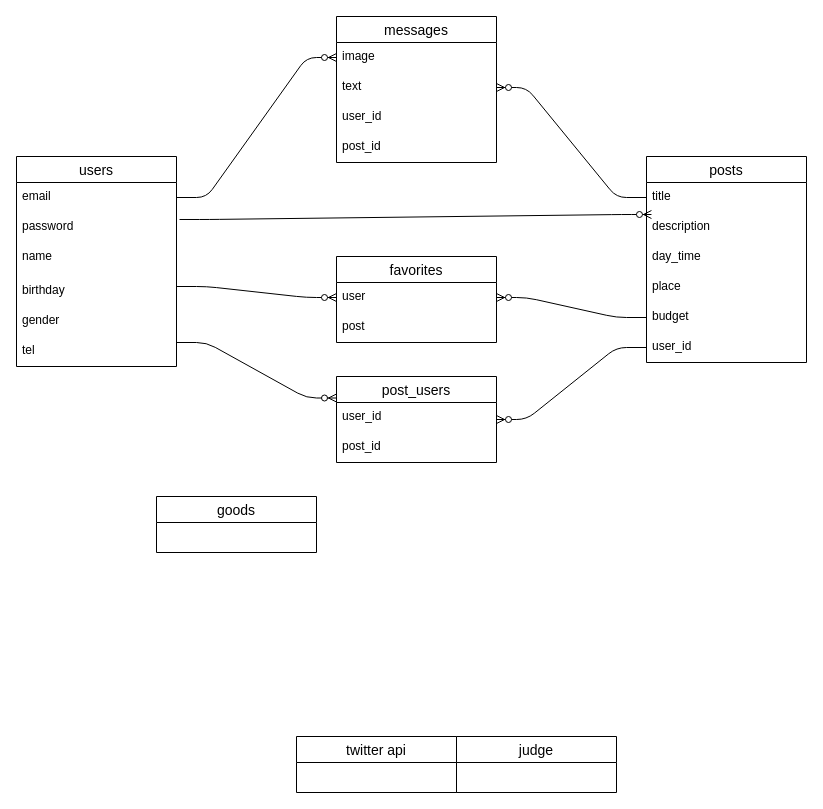
The draw.io diagram oriapp2.dio in koyama1058/oriapp, before the edit. Source tidied: cells renumbered, new cells numbered last; positions are measured from the earlier drawing's top-left corner, leaving out a move shared by most shapes. Both pictures are drawn from the tidied source at 100%, with x=0, y=0 at pixel (16, 16).
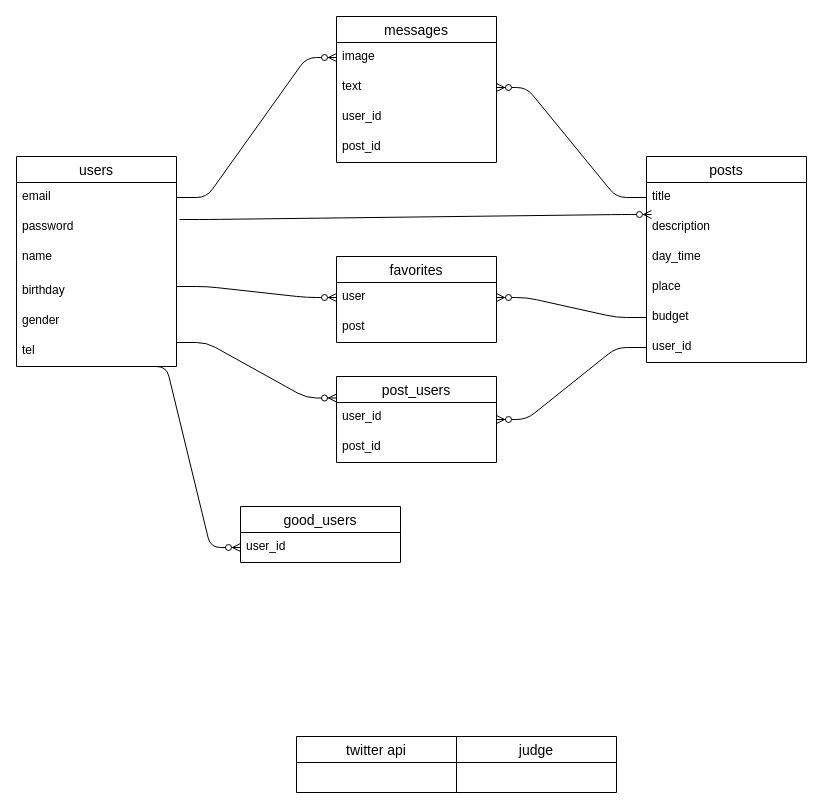
The same page after the edit.

Commit message (it also covers changes not shown here):
good_usersテーブルの作成

The edit, as a diff of the source:
```diff
@@
+    <mxCell id="37" style="edgeStyle=entityRelationEdgeStyle;fontSize=12;html=1;endArrow=ERzeroToMany;endFill=1;entryX=0;entryY=0.5;entryDx=0;entryDy=0;exitX=1;exitY=0.2;exitDx=0;exitDy=0;exitPerimeter=0;" parent="1" edge="1" target="38">
+      <mxGeometry relative="1" as="geometry">
+        <mxPoint x="120" y="350" as="sourcePoint" />
+      </mxGeometry>
+    </mxCell>
-    <mxCell id="36" value="goods" style="swimlane;fontStyle=0;horizontal=1;startSize=26;align=center;fontSize=14;" parent="1" vertex="1">
-      <mxGeometry x="140" y="480" width="160" height="56" as="geometry" />
+    <mxCell id="36" value="good_users" style="swimlane;fontStyle=0;horizontal=1;startSize=26;align=center;fontSize=14;" parent="1" vertex="1">
+      <mxGeometry x="224" y="490" width="160" height="56" as="geometry" />
     </mxCell>
+    <mxCell id="38" value="user_id" style="text;strokeColor=none;fillColor=none;spacingLeft=4;spacingRight=4;overflow=hidden;points=[[0,0.5],[1,0.5]];portConstraint=eastwest;fontSize=12;" parent="36" vertex="1">
+      <mxGeometry y="26" width="160" height="30" as="geometry" />
+    </mxCell>
```
